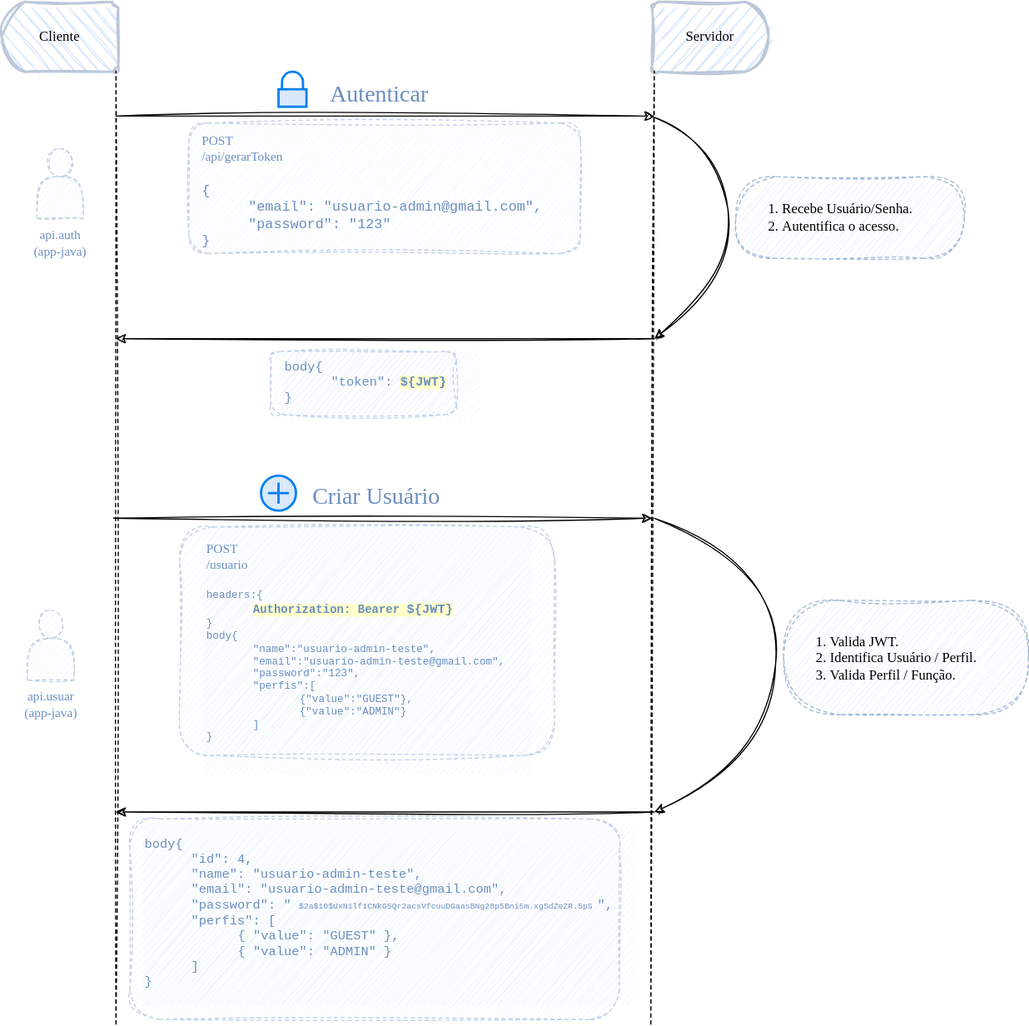
ramiralvesmelo/spring-boot-projetos keeps this draw.io diagram as microservico/arquitetura.drawio.svg. Above is the earlier version. Source tidied: cells renumbered, new cells last; positions are measured from the earlier drawing's top-left corner, leaving out a move shared by most shapes.
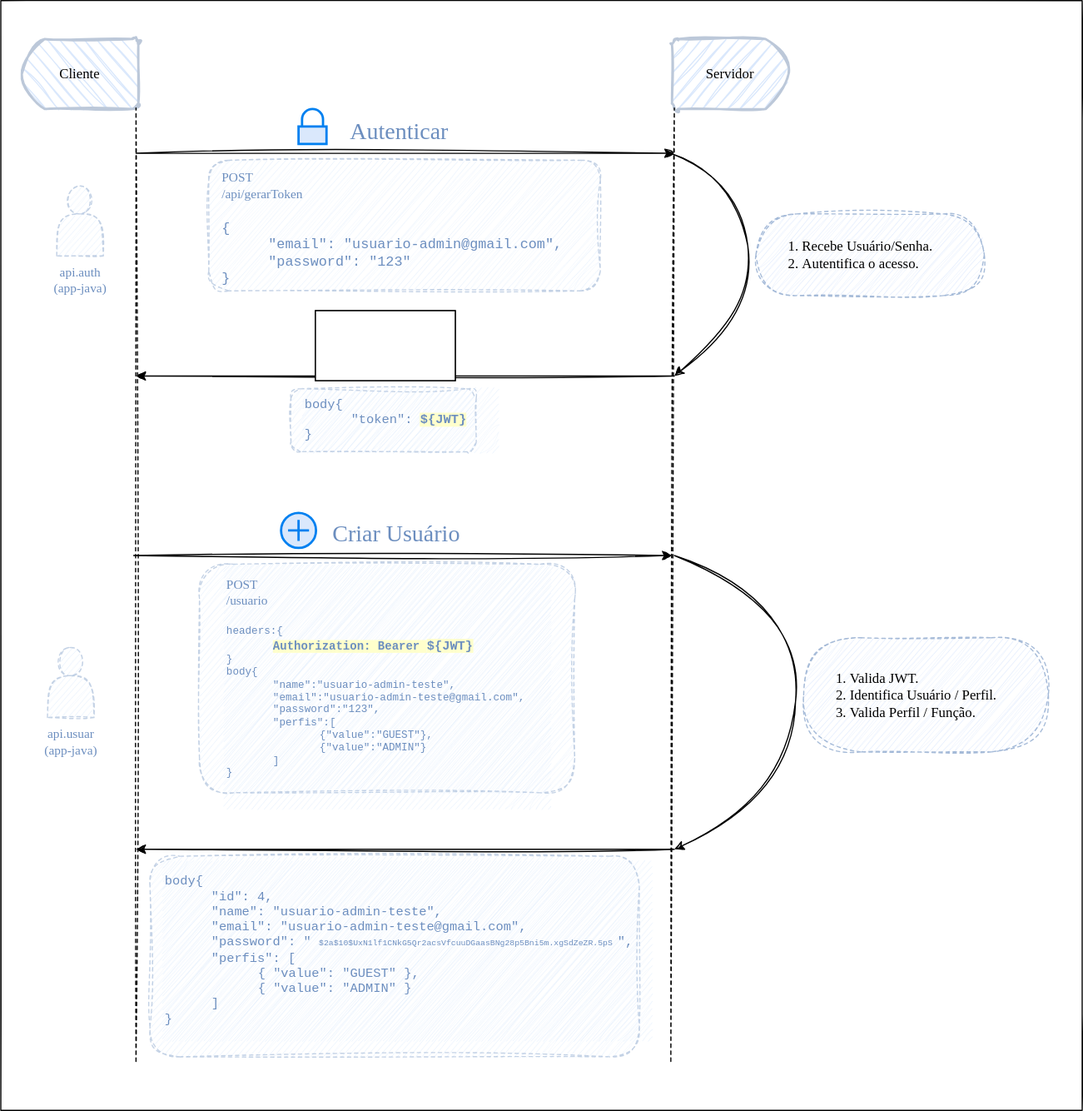
The same diagram one commit later.

Diff of the diagram source:
```diff
@@ -2,6 +2,9 @@
   <root>
     <mxCell id="0" />
     <mxCell id="1" parent="0" />
+    <mxCell id="30" style="rounded=0;whiteSpace=wrap;html=1;sketch=1;curveFitting=1;jiggle=2;fillColor=default;fillStyle=solid;" parent="1" vertex="1">
+      <mxGeometry x="-18" y="-33" width="928" height="952" as="geometry" />
+    </mxCell>
     <mxCell id="2" style="rounded=1;whiteSpace=wrap;html=1;dashed=1;strokeColor=#6C8EBF;strokeWidth=1;fontFamily=Comic Sans MS;fontSize=11;fontColor=#6c8ebf;fillColor=#DAE8FC;opacity=40;sketch=1;curveFitting=1;jiggle=2;" parent="1" vertex="1">
       <mxGeometry x="110" y="701" width="420" height="172" as="geometry" />
     </mxCell>
@@ -116,5 +119,11 @@
         <mxPoint x="558" y="443" as="targetPoint" />
       </mxGeometry>
     </mxCell>
+    <mxCell id="31" style="rounded=0;whiteSpace=wrap;html=1;" parent="1" vertex="1">
+      <mxGeometry x="252" y="233" width="120" height="60" as="geometry" />
+    </mxCell>
+    <mxCell id="32" style="rounded=0;whiteSpace=wrap;html=1;" parent="1" vertex="1">
+      <mxGeometry x="252" y="233" width="120" height="60" as="geometry" />
+    </mxCell>
   </root>
 </mxGraphModel>
```
